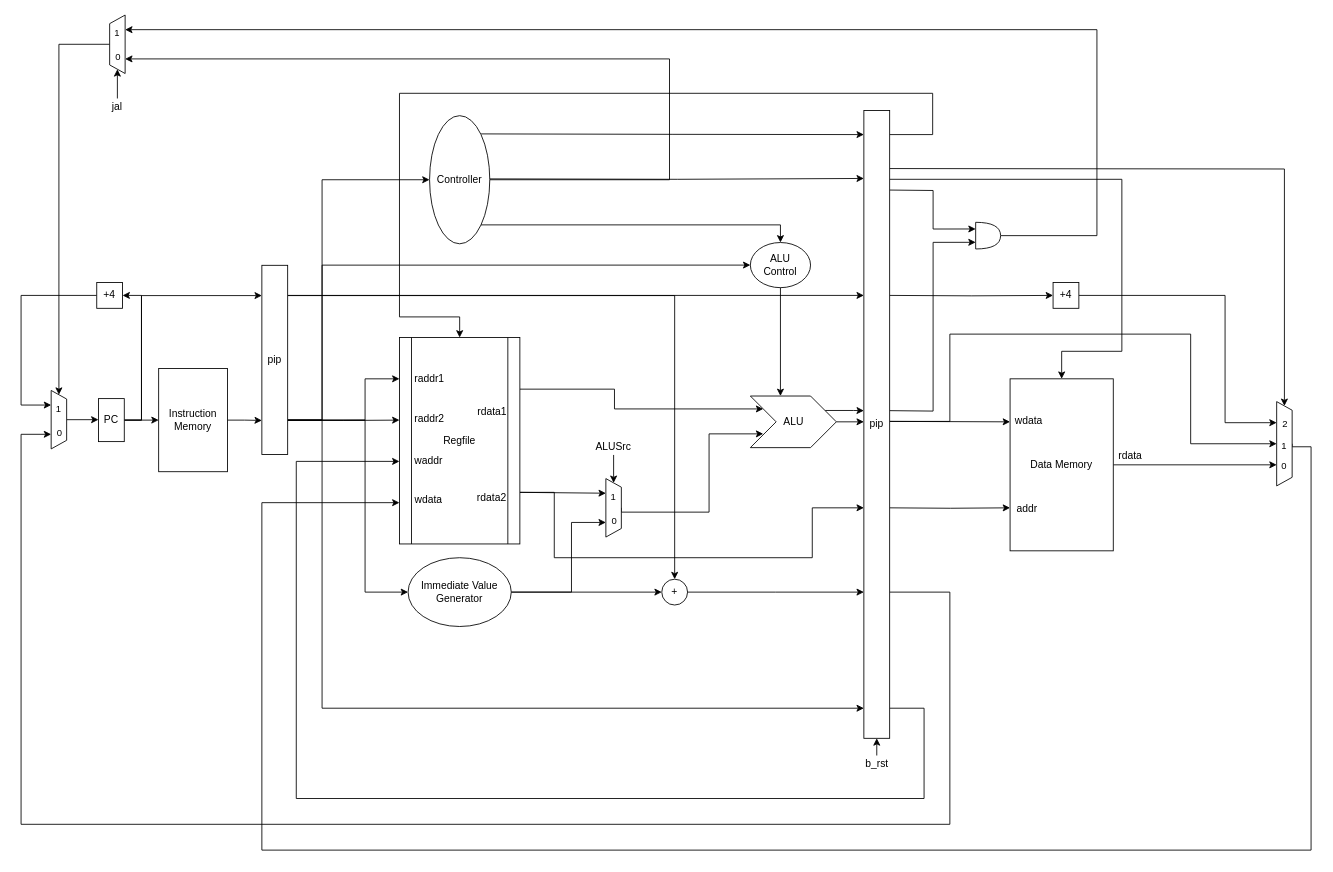
This is RISC-V/datapath/datapath.drawio from AR1Saleh/comp_arch_lab, a draw.io file, before an edit. Source tidied: cells renumbered, new cells numbered last; positions are measured from the earlier drawing's top-left corner, leaving out a move shared by most shapes. Both pictures are drawn from the tidied source at 86%, with x=0, y=0 at pixel (21, 24).
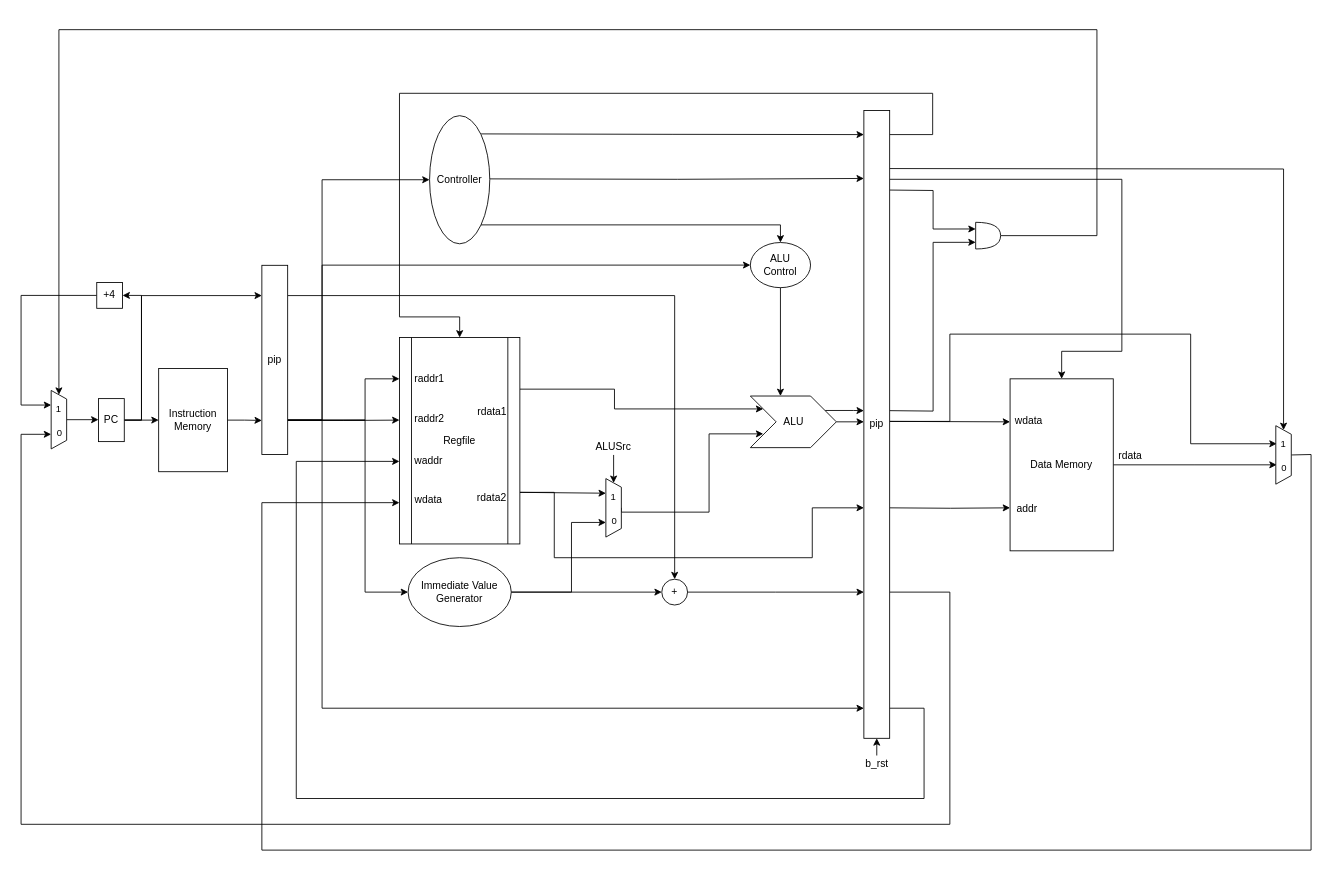
Above is the later version.

Unchanged cells that the change refers to:
```xml
<mxCell id="5" value="Regfile" style="shape=process;whiteSpace=wrap;html=1;backgroundOutline=1;points=[[0,0,0,0,0],[0,0.2,0,0,0],[0,0.4,0,0,0],[0,0.6,0,0,0],[0,0.8,0,0,0],[0,1,0,0,0],[0.25,0,0,0,0],[0.25,1,0,0,0],[0.5,0,0,0,0],[0.5,1,0,0,0],[0.75,0,0,0,0],[0.75,1,0,0,0],[1,0,0,0,0],[1,0.25,0,0,0],[1,0.5,0,0,0],[1,0.75,0,0,0],[1,1,0,0,0]];labelBackgroundColor=none;" parent="1" vertex="1">
  <mxGeometry x="440" y="364" width="140" height="240" as="geometry" />
</mxCell>
<mxCell id="36" value="Data Memory" style="rounded=0;whiteSpace=wrap;html=1;labelBackgroundColor=none;" parent="1" vertex="1">
  <mxGeometry x="1150" y="412" width="120" height="200" as="geometry" />
</mxCell>
<mxCell id="45" style="shape=trapezoid;perimeter=trapezoidPerimeter;whiteSpace=wrap;html=1;fixedSize=1;fontFamily=Helvetica;fontSize=11;labelBackgroundColor=none;size=10;rotation=90;" parent="1" vertex="1">
  <mxGeometry x="10" y="450.5" width="68" height="18" as="geometry" />
</mxCell>
<mxCell id="63" value="Controller" style="ellipse;whiteSpace=wrap;html=1;labelBackgroundColor=none;" parent="1" vertex="1">
  <mxGeometry x="475" y="106" width="70" height="149" as="geometry" />
</mxCell>
<mxCell id="75" style="shape=or;whiteSpace=wrap;html=1;direction=east;" parent="1" vertex="1">
  <mxGeometry x="1110" y="230" width="29" height="31" as="geometry" />
</mxCell>
```

What changed in the source:
```diff
@@
-    <mxCell id="27" style="edgeStyle=orthogonalEdgeStyle;rounded=0;jettySize=auto;html=1;exitX=1;exitY=0.5;exitDx=0;exitDy=0;entryX=0.5;entryY=1;entryDx=0;entryDy=0;labelBackgroundColor=none;fontColor=default;" parent="1" edge="1" target="55">
+    <mxCell id="27" style="edgeStyle=orthogonalEdgeStyle;rounded=0;orthogonalLoop=1;jettySize=auto;html=1;exitX=1;exitY=0.5;exitDx=0;exitDy=0;entryX=0.5;entryY=1;entryDx=0;entryDy=0;labelBackgroundColor=none;fontColor=default;" parent="1" edge="1">
       <mxGeometry relative="1" as="geometry">
         <mxPoint x="1010" y="461.5" as="sourcePoint" />
+        <mxPoint x="1460" y="487.5" as="targetPoint" />
         <Array as="points">
           <mxPoint x="1080" y="462" />
           <mxPoint x="1080" y="360" />
           <mxPoint x="1360" y="360" />
           <mxPoint x="1360" y="488" />
           <mxPoint x="1460" y="488" />
         </Array>
       </mxGeometry>
     </mxCell>
@@
-    <mxCell id="32" style="rounded=0;orthogonalLoop=1;jettySize=auto;html=1;exitX=1;exitY=0.5;exitDx=0;exitDy=0;entryX=0;entryY=0.5;entryDx=0;entryDy=0;labelBackgroundColor=none;fontColor=default;" parent="1" edge="1">
-      <mxGeometry relative="1" as="geometry">
-        <mxPoint x="310" y="315" as="sourcePoint" />
-        <mxPoint x="980" y="315" as="targetPoint" />
-      </mxGeometry>
-    </mxCell>
@@
-    <mxCell id="35" style="edgeStyle=orthogonalEdgeStyle;rounded=0;jettySize=auto;html=1;exitX=1;exitY=0.5;exitDx=0;exitDy=0;entryX=0.75;entryY=1;entryDx=0;entryDy=0;labelBackgroundColor=none;fontColor=default;" parent="1" edge="1" source="36" target="55">
-      <mxGeometry relative="1" as="geometry" />
+    <mxCell id="35" style="edgeStyle=orthogonalEdgeStyle;rounded=0;jettySize=auto;html=1;exitX=1;exitY=0.5;exitDx=0;exitDy=0;entryX=0.75;entryY=1;entryDx=0;entryDy=0;labelBackgroundColor=none;fontColor=default;" parent="1" edge="1" source="36">
+      <mxGeometry relative="1" as="geometry">
+        <mxPoint x="1460" y="512" as="targetPoint" />
+      </mxGeometry>
     </mxCell>
@@
-    <mxCell id="39" style="edgeStyle=orthogonalEdgeStyle;rounded=0;jettySize=auto;html=1;exitX=1;exitY=0.5;exitDx=0;exitDy=0;entryX=0;entryY=0.5;entryDx=0;entryDy=0;labelBackgroundColor=none;fontColor=default;" parent="1" edge="1" target="41">
-      <mxGeometry relative="1" as="geometry">
-        <mxPoint x="1010" y="315" as="sourcePoint" />
-      </mxGeometry>
-    </mxCell>
-    <mxCell id="40" style="edgeStyle=orthogonalEdgeStyle;rounded=0;jettySize=auto;html=1;exitX=1;exitY=0.5;exitDx=0;exitDy=0;entryX=0.25;entryY=1;entryDx=0;entryDy=0;labelBackgroundColor=none;fontColor=default;" parent="1" edge="1" source="41" target="55">
-      <mxGeometry relative="1" as="geometry">
-        <Array as="points">
-          <mxPoint x="1400" y="315" />
-          <mxPoint x="1400" y="463" />
-        </Array>
-      </mxGeometry>
-    </mxCell>
-    <mxCell id="41" value="+4" style="rounded=0;whiteSpace=wrap;html=1;labelBackgroundColor=none;" parent="1" vertex="1">
-      <mxGeometry x="1200" y="300" width="30" height="30" as="geometry" />
-    </mxCell>
-    <mxCell id="42" style="edgeStyle=orthogonalEdgeStyle;rounded=0;jettySize=auto;html=1;exitX=0.5;exitY=0;exitDx=0;exitDy=0;entryX=0;entryY=0.8;entryDx=0;entryDy=0;entryPerimeter=0;labelBackgroundColor=none;fontColor=default;" parent="1" edge="1" source="55" target="5">
+    <mxCell id="42" style="edgeStyle=orthogonalEdgeStyle;rounded=0;jettySize=auto;html=1;exitX=0.5;exitY=0;exitDx=0;exitDy=0;entryX=0;entryY=0.8;entryDx=0;entryDy=0;entryPerimeter=0;labelBackgroundColor=none;fontColor=default;" parent="1" edge="1" source="88" target="5">
       <mxGeometry relative="1" as="geometry">
         <Array as="points">
-          <mxPoint x="1478" y="491" />
-          <mxPoint x="1500" y="491" />
+          <mxPoint x="1478" y="500" />
+          <mxPoint x="1500" y="500" />
           <mxPoint x="1500" y="960" />
           <mxPoint x="280" y="960" />
           <mxPoint x="280" y="556" />
         </Array>
       </mxGeometry>
     </mxCell>
@@
-    <mxCell id="55" style="shape=trapezoid;perimeter=trapezoidPerimeter;whiteSpace=wrap;html=1;fixedSize=1;fontFamily=Helvetica;fontSize=11;labelBackgroundColor=none;size=10;rotation=90;" parent="1" vertex="1">
-      <mxGeometry x="1420" y="478.5" width="98" height="18" as="geometry" />
-    </mxCell>
-    <mxCell id="56" value="0" style="text;html=1;align=center;verticalAlign=middle;whiteSpace=wrap;rounded=0;fontFamily=Helvetica;fontSize=11;labelBackgroundColor=none;" parent="1" vertex="1">
-      <mxGeometry x="1464" y="502.5" width="10" height="20" as="geometry" />
-    </mxCell>
-    <mxCell id="57" value="1" style="text;html=1;align=center;verticalAlign=middle;whiteSpace=wrap;rounded=0;fontFamily=Helvetica;fontSize=11;labelBackgroundColor=none;" parent="1" vertex="1">
-      <mxGeometry x="1464" y="479.5" width="10" height="20" as="geometry" />
-    </mxCell>
-    <mxCell id="58" value="2" style="text;html=1;align=center;verticalAlign=middle;whiteSpace=wrap;rounded=0;fontFamily=Helvetica;fontSize=11;labelBackgroundColor=none;" parent="1" vertex="1">
-      <mxGeometry x="1465" y="453.5" width="10" height="20" as="geometry" />
-    </mxCell>
@@
-    <mxCell id="62" style="edgeStyle=orthogonalEdgeStyle;rounded=0;jettySize=auto;html=1;exitX=1;exitY=0.5;exitDx=0;exitDy=0;entryX=0.25;entryY=1;entryDx=0;entryDy=0;" parent="1" edge="1" source="63" target="83">
-      <mxGeometry relative="1" as="geometry">
-        <Array as="points">
-          <mxPoint x="754" y="181" />
-          <mxPoint x="754" y="40" />
-        </Array>
-      </mxGeometry>
-    </mxCell>
@@
-    <mxCell id="65" style="edgeStyle=orthogonalEdgeStyle;rounded=0;jettySize=auto;html=1;exitX=1;exitY=0.25;exitDx=0;exitDy=0;entryX=0;entryY=0.5;entryDx=0;entryDy=0;" parent="1" edge="1" target="55">
+    <mxCell id="65" style="edgeStyle=orthogonalEdgeStyle;rounded=0;jettySize=auto;html=1;exitX=1;exitY=0.25;exitDx=0;exitDy=0;entryX=0;entryY=0.5;entryDx=0;entryDy=0;" parent="1" edge="1" target="88">
       <mxGeometry relative="1" as="geometry">
         <mxPoint x="1010" y="167.5" as="sourcePoint" />
       </mxGeometry>
     </mxCell>
@@
-    <mxCell id="74" style="edgeStyle=orthogonalEdgeStyle;rounded=0;jettySize=auto;html=1;exitX=1;exitY=0.5;exitDx=0;exitDy=0;exitPerimeter=0;entryX=0.75;entryY=1;entryDx=0;entryDy=0;" parent="1" edge="1" source="75" target="83">
+    <mxCell id="74" style="edgeStyle=orthogonalEdgeStyle;rounded=0;jettySize=auto;html=1;exitX=1;exitY=0.5;exitDx=0;exitDy=0;exitPerimeter=0;entryX=0;entryY=0.5;entryDx=0;entryDy=0;" parent="1" edge="1" source="75" target="45">
       <mxGeometry relative="1" as="geometry">
         <Array as="points">
-          <mxPoint x="1251" y="245" />
+          <mxPoint x="1251" y="246" />
           <mxPoint x="1251" y="6" />
+          <mxPoint x="44" y="6" />
         </Array>
       </mxGeometry>
     </mxCell>
@@
-    <mxCell id="82" style="edgeStyle=orthogonalEdgeStyle;rounded=0;jettySize=auto;html=1;exitX=0.5;exitY=0;exitDx=0;exitDy=0;entryX=0;entryY=0.5;entryDx=0;entryDy=0;" parent="1" edge="1" source="83" target="45">
-      <mxGeometry relative="1" as="geometry" />
-    </mxCell>
-    <mxCell id="83" style="shape=trapezoid;perimeter=trapezoidPerimeter;whiteSpace=wrap;html=1;fixedSize=1;fontFamily=Helvetica;fontSize=11;labelBackgroundColor=none;size=10;rotation=90;direction=west;" parent="1" vertex="1">
-      <mxGeometry x="78" y="14" width="68" height="18" as="geometry" />
-    </mxCell>
-    <mxCell id="84" value="0" style="text;html=1;align=center;verticalAlign=middle;whiteSpace=wrap;rounded=0;fontFamily=Helvetica;fontSize=11;labelBackgroundColor=none;" parent="1" vertex="1">
-      <mxGeometry x="108" y="28" width="10" height="20" as="geometry" />
-    </mxCell>
-    <mxCell id="85" value="1" style="text;html=1;align=center;verticalAlign=middle;whiteSpace=wrap;rounded=0;fontFamily=Helvetica;fontSize=11;labelBackgroundColor=none;" parent="1" vertex="1">
-      <mxGeometry x="107" width="10" height="20" as="geometry" />
-    </mxCell>
-    <mxCell id="86" style="edgeStyle=orthogonalEdgeStyle;rounded=0;jettySize=auto;html=1;exitX=0.5;exitY=0;exitDx=0;exitDy=0;entryX=0;entryY=0.5;entryDx=0;entryDy=0;" parent="1" edge="1" source="87" target="83">
-      <mxGeometry relative="1" as="geometry" />
-    </mxCell>
-    <mxCell id="87" value="jal" style="text;html=1;align=center;verticalAlign=middle;whiteSpace=wrap;rounded=0;labelBackgroundColor=none;" parent="1" vertex="1">
-      <mxGeometry x="101" y="86" width="22" height="20" as="geometry" />
-    </mxCell>
+    <mxCell id="88" style="shape=trapezoid;perimeter=trapezoidPerimeter;whiteSpace=wrap;html=1;fixedSize=1;fontFamily=Helvetica;fontSize=11;labelBackgroundColor=none;size=10;rotation=90;" parent="1" vertex="1">
+      <mxGeometry x="1434" y="491.5" width="68" height="18" as="geometry" />
+    </mxCell>
+    <mxCell id="89" value="0" style="text;html=1;align=center;verticalAlign=middle;whiteSpace=wrap;rounded=0;fontFamily=Helvetica;fontSize=11;labelBackgroundColor=none;" parent="1" vertex="1">
+      <mxGeometry x="1464" y="505.5" width="10" height="20" as="geometry" />
+    </mxCell>
+    <mxCell id="90" value="1" style="text;html=1;align=center;verticalAlign=middle;whiteSpace=wrap;rounded=0;fontFamily=Helvetica;fontSize=11;labelBackgroundColor=none;" parent="1" vertex="1">
+      <mxGeometry x="1463" y="477.5" width="10" height="20" as="geometry" />
+    </mxCell>
```
